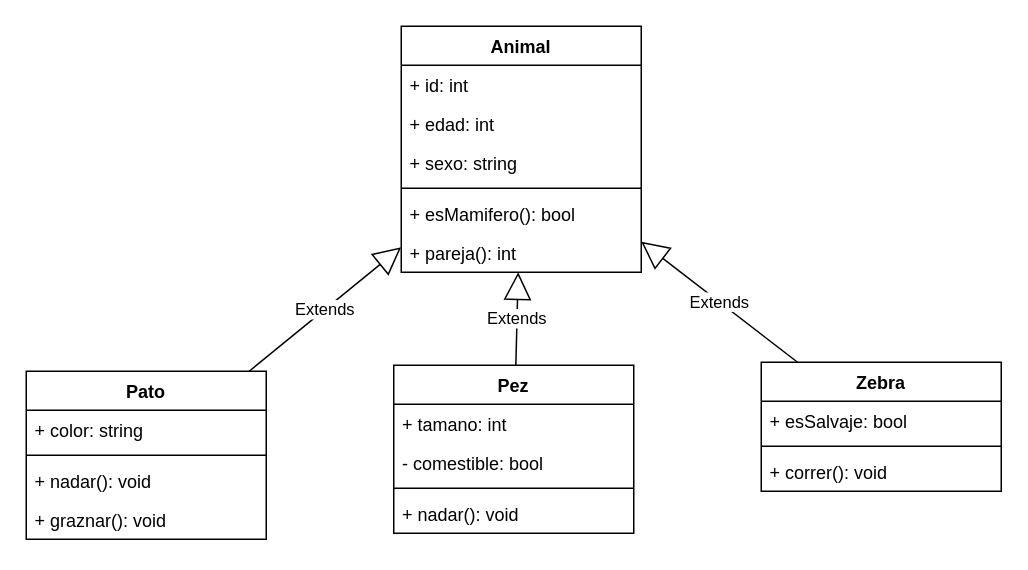
Above: public/DiagramaClases_Animales.drawio in vleomf/drawio-codegen-microservice (draw.io), before the change. Source tidied: cells renumbered, new cells numbered last; positions are measured from the earlier drawing's top-left corner, leaving out a move shared by most shapes. Both pictures are drawn from the tidied source at 150%, with x=0, y=0 at pixel (26, 26).
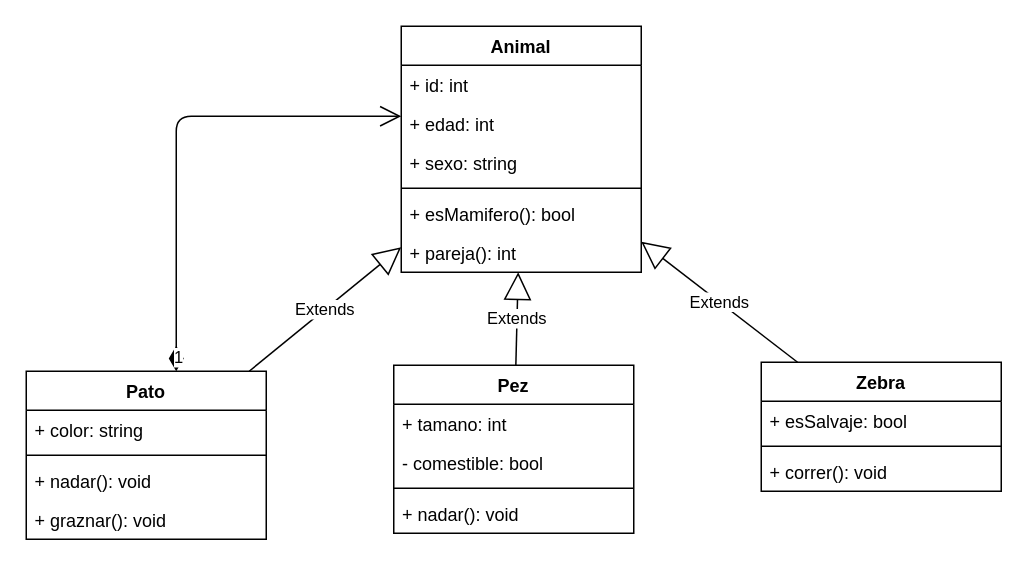
The same page after the edit.

The change refers to these unchanged cells:
```xml
<mxCell id="9" value="Pato" style="swimlane;fontStyle=1;align=center;verticalAlign=top;horizontal=1;startSize=26;" parent="1" vertex="1">
  <mxGeometry y="230" width="160" height="112" as="geometry" />
</mxCell>
```

What changed in the source:
```diff
@@
+    <mxCell id="26" value="1" style="endArrow=open;html=1;endSize=12;startArrow=diamondThin;startSize=14;startFill=1;edgeStyle=orthogonalEdgeStyle;align=left;verticalAlign=bottom;" parent="1" edge="1" source="9">
+      <mxGeometry x="-1" y="3" relative="1" as="geometry">
+        <mxPoint x="250" y="60" as="targetPoint" />
+        <Array as="points">
+          <mxPoint x="100" y="60" />
+        </Array>
+      </mxGeometry>
+    </mxCell>
```
